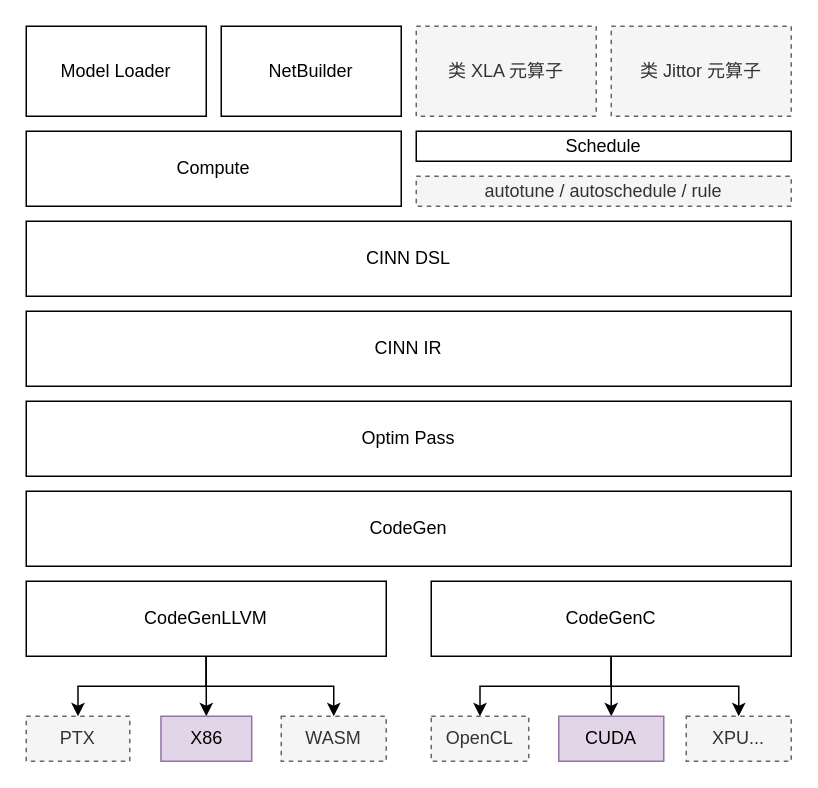
Superjomn/_tmp_images keeps this draw.io diagram as CINN Architecture.drawio. Above is the earlier version. Source tidied: cells renumbered, new cells numbered last; positions are measured from the earlier drawing's top-left corner, leaving out a move shared by most shapes. Both pictures are drawn from the tidied source at 150%, with x=0, y=0 at pixel (26, 26).
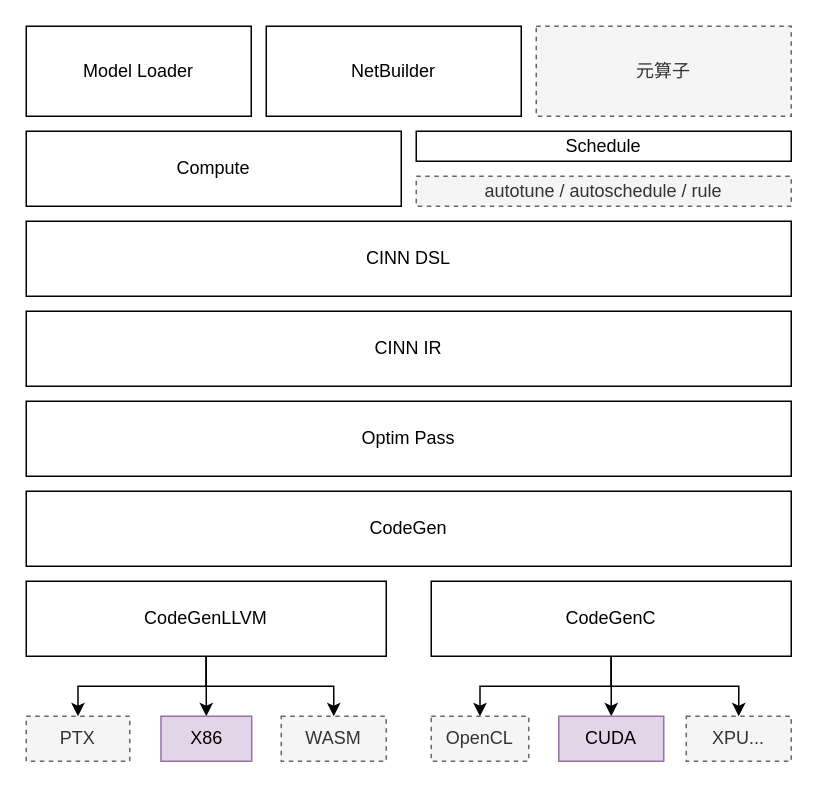
The same diagram, later.

Change to the diagram source:
```diff
@@
     <mxCell id="2" value="Model Loader" style="rounded=0;whiteSpace=wrap;html=1;" parent="1" vertex="1">
-      <mxGeometry width="120" height="60" as="geometry" />
+      <mxGeometry width="150" height="60" as="geometry" />
     </mxCell>
     <mxCell id="3" value="NetBuilder" style="rounded=0;whiteSpace=wrap;html=1;" parent="1" vertex="1">
-      <mxGeometry x="130" width="120" height="60" as="geometry" />
+      <mxGeometry x="160" width="170" height="60" as="geometry" />
     </mxCell>
-    <mxCell id="4" value="类 XLA 元算子" style="rounded=0;whiteSpace=wrap;html=1;dashed=1;fillColor=#f5f5f5;strokeColor=#666666;fontColor=#333333;" parent="1" vertex="1">
-      <mxGeometry x="260" width="120" height="60" as="geometry" />
-    </mxCell>
-    <mxCell id="5" value="类 Jittor 元算子" style="rounded=0;whiteSpace=wrap;html=1;dashed=1;fillColor=#f5f5f5;strokeColor=#666666;fontColor=#333333;" parent="1" vertex="1">
-      <mxGeometry x="390" width="120" height="60" as="geometry" />
+    <mxCell id="5" value="元算子" style="rounded=0;whiteSpace=wrap;html=1;dashed=1;fillColor=#f5f5f5;strokeColor=#666666;fontColor=#333333;" parent="1" vertex="1">
+      <mxGeometry x="340" width="170" height="60" as="geometry" />
     </mxCell>
```
